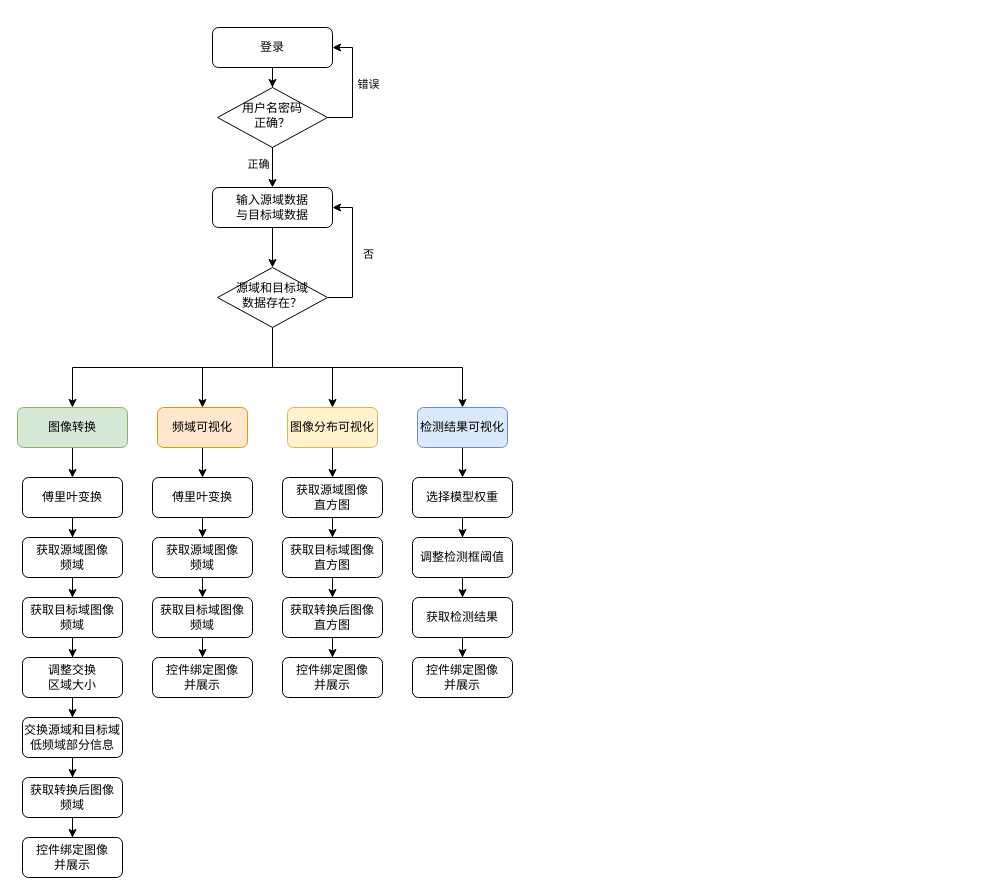
Before: SMT软著流程图.drawio in Pandaxia8/Test, a draw.io diagram. Source tidied: cells renumbered, new cells numbered last; positions are measured from the earlier drawing's top-left corner, leaving out a move shared by most shapes. Both pictures are drawn from the tidied source at 100%, with x=0, y=0 at pixel (17, 27).
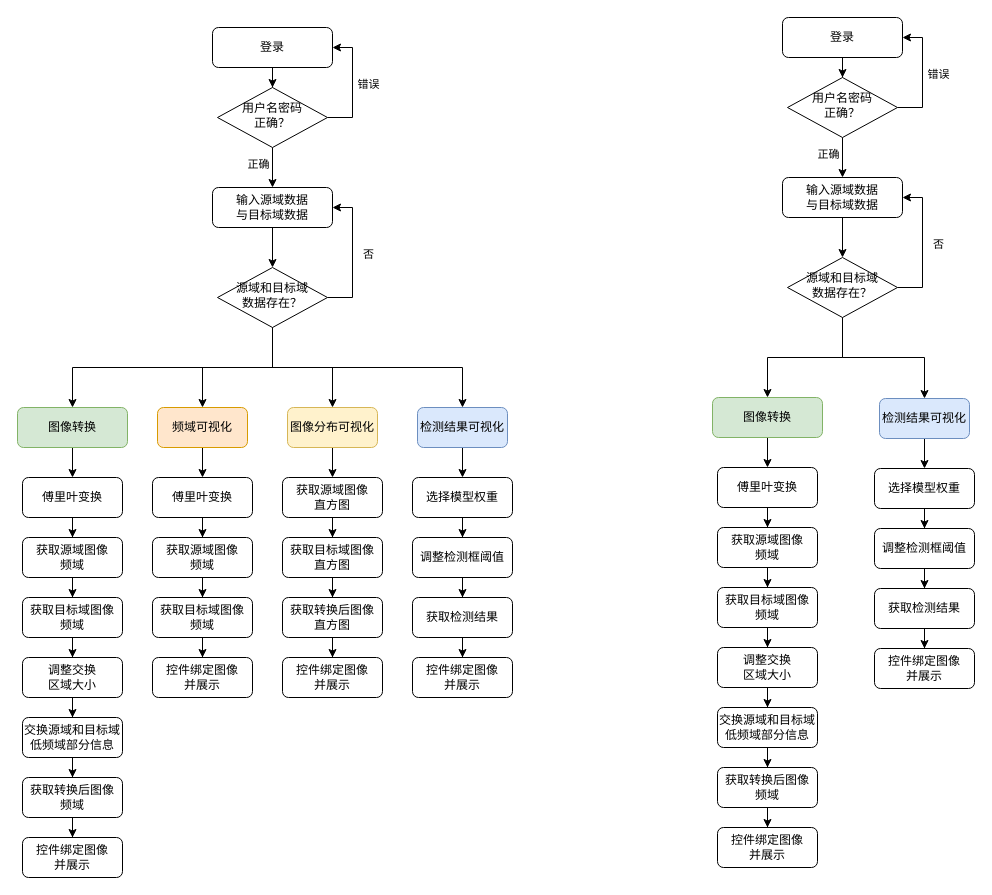
After the change.

Commit message:
更新SMT软著流程图.drawio

The edit, as a diff of the source:
```diff
@@
+    <mxCell id="60" style="edgeStyle=orthogonalEdgeStyle;rounded=0;jettySize=auto;html=1;entryX=0.5;entryY=0;entryDx=0;entryDy=0;" parent="1" edge="1" source="61" target="77">
+      <mxGeometry relative="1" as="geometry" />
+    </mxCell>
+    <mxCell id="61" value="输入源域数据&lt;br&gt;与目标域数据" style="rounded=1;whiteSpace=wrap;html=1;fontSize=12;glass=0;strokeWidth=1;shadow=0;" parent="1" vertex="1">
+      <mxGeometry x="765" y="150" width="120" height="40" as="geometry" />
+    </mxCell>
+    <mxCell id="62" style="edgeStyle=orthogonalEdgeStyle;rounded=0;jettySize=auto;html=1;" parent="1" edge="1" source="63" target="88">
+      <mxGeometry relative="1" as="geometry" />
+    </mxCell>
+    <mxCell id="63" value="图像转换" style="rounded=1;whiteSpace=wrap;html=1;fontSize=12;glass=0;strokeWidth=1;shadow=0;fillColor=#d5e8d4;strokeColor=#82b366;" parent="1" vertex="1">
+      <mxGeometry x="695" y="370" width="110" height="40" as="geometry" />
+    </mxCell>
+    <mxCell id="64" style="edgeStyle=orthogonalEdgeStyle;rounded=0;jettySize=auto;html=1;entryX=0.5;entryY=0;entryDx=0;entryDy=0;" parent="1" edge="1" source="65" target="90">
+      <mxGeometry relative="1" as="geometry" />
+    </mxCell>
+    <mxCell id="65" value="检测结果可视化" style="rounded=1;whiteSpace=wrap;html=1;fontSize=12;glass=0;strokeWidth=1;shadow=0;fillColor=#dae8fc;strokeColor=#6c8ebf;" parent="1" vertex="1">
+      <mxGeometry x="862" y="371" width="90" height="40" as="geometry" />
+    </mxCell>
+    <mxCell id="66" style="edgeStyle=orthogonalEdgeStyle;rounded=0;jettySize=auto;html=1;" parent="1" edge="1" source="67" target="72">
+      <mxGeometry relative="1" as="geometry" />
+    </mxCell>
+    <mxCell id="67" value="登录" style="rounded=1;whiteSpace=wrap;html=1;fontSize=12;glass=0;strokeWidth=1;shadow=0;" parent="1" vertex="1">
+      <mxGeometry x="765" y="-10" width="120" height="40" as="geometry" />
+    </mxCell>
+    <mxCell id="68" style="edgeStyle=orthogonalEdgeStyle;rounded=0;jettySize=auto;html=1;" parent="1" edge="1" source="72" target="61">
+      <mxGeometry relative="1" as="geometry" />
+    </mxCell>
+    <mxCell id="69" value="正确" style="edgeLabel;html=1;align=center;verticalAlign=middle;" parent="68" vertex="1">
+      <mxGeometry x="-0.21" y="-2" relative="1" as="geometry">
+        <mxPoint x="-13" as="offset" />
+      </mxGeometry>
+    </mxCell>
+    <mxCell id="70" style="edgeStyle=orthogonalEdgeStyle;rounded=0;jettySize=auto;html=1;entryX=1;entryY=0.5;entryDx=0;entryDy=0;" parent="1" edge="1" source="72" target="67">
+      <mxGeometry relative="1" as="geometry">
+        <Array as="points">
+          <mxPoint x="905" y="80" />
+          <mxPoint x="905" y="10" />
+        </Array>
+      </mxGeometry>
+    </mxCell>
+    <mxCell id="71" value="错误" style="edgeLabel;html=1;align=center;verticalAlign=middle;" parent="70" vertex="1">
+      <mxGeometry x="0.03" relative="1" as="geometry">
+        <mxPoint x="15" as="offset" />
+      </mxGeometry>
+    </mxCell>
+    <mxCell id="72" value="用户名密码&lt;br&gt;正确？" style="rhombus;whiteSpace=wrap;html=1;shadow=0;fontFamily=Helvetica;fontSize=12;align=center;strokeWidth=1;spacing=6;spacingTop=-4;" parent="1" vertex="1">
+      <mxGeometry x="770" y="50" width="110" height="60" as="geometry" />
+    </mxCell>
+    <mxCell id="73" style="edgeStyle=orthogonalEdgeStyle;rounded=0;jettySize=auto;html=1;entryX=1;entryY=0.5;entryDx=0;entryDy=0;" parent="1" edge="1" source="77" target="61">
+      <mxGeometry relative="1" as="geometry">
+        <Array as="points">
+          <mxPoint x="905" y="260" />
+          <mxPoint x="905" y="170" />
+        </Array>
+      </mxGeometry>
+    </mxCell>
+    <mxCell id="74" value="否" style="edgeLabel;html=1;align=center;verticalAlign=middle;" parent="73" vertex="1">
+      <mxGeometry x="0.02" y="1" relative="1" as="geometry">
+        <mxPoint x="16" as="offset" />
+      </mxGeometry>
+    </mxCell>
+    <mxCell id="75" style="edgeStyle=orthogonalEdgeStyle;rounded=0;jettySize=auto;html=1;entryX=0.5;entryY=0;entryDx=0;entryDy=0;" parent="1" edge="1" source="77" target="63">
+      <mxGeometry relative="1" as="geometry">
+        <Array as="points">
+          <mxPoint x="825" y="330" />
+          <mxPoint x="750" y="330" />
+          <mxPoint x="750" y="370" />
+        </Array>
+      </mxGeometry>
+    </mxCell>
+    <mxCell id="76" style="edgeStyle=orthogonalEdgeStyle;rounded=0;jettySize=auto;html=1;entryX=0.5;entryY=0;entryDx=0;entryDy=0;" parent="1" edge="1" source="77" target="65">
+      <mxGeometry relative="1" as="geometry">
+        <Array as="points">
+          <mxPoint x="825" y="330" />
+          <mxPoint x="907" y="330" />
+        </Array>
+      </mxGeometry>
+    </mxCell>
+    <mxCell id="77" value="源域和目标域&lt;br&gt;数据存在？" style="rhombus;whiteSpace=wrap;html=1;shadow=0;fontFamily=Helvetica;fontSize=12;align=center;strokeWidth=1;spacing=6;spacingTop=-4;" parent="1" vertex="1">
+      <mxGeometry x="770" y="230" width="110" height="60" as="geometry" />
+    </mxCell>
+    <mxCell id="78" style="edgeStyle=orthogonalEdgeStyle;rounded=0;jettySize=auto;html=1;" parent="1" edge="1" source="79" target="80">
+      <mxGeometry relative="1" as="geometry" />
+    </mxCell>
+    <mxCell id="79" value="获取转换后图像&lt;br&gt;频域" style="rounded=1;whiteSpace=wrap;html=1;" parent="1" vertex="1">
+      <mxGeometry x="700" y="740" width="100" height="40" as="geometry" />
+    </mxCell>
+    <mxCell id="80" value="控件绑定图像&lt;br&gt;并展示" style="rounded=1;whiteSpace=wrap;html=1;" parent="1" vertex="1">
+      <mxGeometry x="700" y="800" width="100" height="40" as="geometry" />
+    </mxCell>
+    <mxCell id="81" style="edgeStyle=orthogonalEdgeStyle;rounded=0;jettySize=auto;html=1;" parent="1" edge="1" source="82" target="84">
+      <mxGeometry relative="1" as="geometry" />
+    </mxCell>
+    <mxCell id="82" value="获取源域图像&lt;br&gt;频域" style="rounded=1;whiteSpace=wrap;html=1;" parent="1" vertex="1">
+      <mxGeometry x="700" y="500" width="100" height="40" as="geometry" />
+    </mxCell>
+    <mxCell id="83" style="edgeStyle=orthogonalEdgeStyle;rounded=0;jettySize=auto;html=1;entryX=0.5;entryY=0;entryDx=0;entryDy=0;" parent="1" edge="1" source="84" target="92">
+      <mxGeometry relative="1" as="geometry" />
+    </mxCell>
+    <mxCell id="84" value="获取目标域图像&lt;br&gt;频域" style="rounded=1;whiteSpace=wrap;html=1;" parent="1" vertex="1">
+      <mxGeometry x="700" y="560" width="100" height="40" as="geometry" />
+    </mxCell>
+    <mxCell id="85" style="edgeStyle=orthogonalEdgeStyle;rounded=0;jettySize=auto;html=1;" parent="1" edge="1" source="86" target="79">
+      <mxGeometry relative="1" as="geometry" />
+    </mxCell>
+    <mxCell id="86" value="交换源域和目标域低频域部分信息" style="rounded=1;whiteSpace=wrap;html=1;" parent="1" vertex="1">
+      <mxGeometry x="700" y="680" width="100" height="40" as="geometry" />
+    </mxCell>
+    <mxCell id="87" style="edgeStyle=orthogonalEdgeStyle;rounded=0;jettySize=auto;html=1;" parent="1" edge="1" source="88" target="82">
+      <mxGeometry relative="1" as="geometry" />
+    </mxCell>
+    <mxCell id="88" value="傅里叶变换" style="rounded=1;whiteSpace=wrap;html=1;" parent="1" vertex="1">
+      <mxGeometry x="700" y="440" width="100" height="40" as="geometry" />
+    </mxCell>
+    <mxCell id="89" style="edgeStyle=orthogonalEdgeStyle;rounded=0;jettySize=auto;html=1;entryX=0.5;entryY=0;entryDx=0;entryDy=0;" parent="1" edge="1" source="90" target="94">
+      <mxGeometry relative="1" as="geometry" />
+    </mxCell>
+    <mxCell id="90" value="选择模型权重" style="rounded=1;whiteSpace=wrap;html=1;" parent="1" vertex="1">
+      <mxGeometry x="857" y="441" width="100" height="40" as="geometry" />
+    </mxCell>
+    <mxCell id="91" style="edgeStyle=orthogonalEdgeStyle;rounded=0;jettySize=auto;html=1;entryX=0.5;entryY=0;entryDx=0;entryDy=0;" parent="1" edge="1" source="92" target="86">
+      <mxGeometry relative="1" as="geometry" />
+    </mxCell>
+    <mxCell id="92" value="调整交换&lt;br&gt;区域大小" style="rounded=1;whiteSpace=wrap;html=1;" parent="1" vertex="1">
+      <mxGeometry x="700" y="620" width="100" height="40" as="geometry" />
+    </mxCell>
+    <mxCell id="93" style="edgeStyle=orthogonalEdgeStyle;rounded=0;jettySize=auto;html=1;entryX=0.5;entryY=0;entryDx=0;entryDy=0;" parent="1" edge="1" source="94" target="96">
+      <mxGeometry relative="1" as="geometry" />
+    </mxCell>
+    <mxCell id="94" value="调整检测框阈值" style="rounded=1;whiteSpace=wrap;html=1;" parent="1" vertex="1">
+      <mxGeometry x="857" y="501" width="100" height="40" as="geometry" />
+    </mxCell>
+    <mxCell id="95" style="edgeStyle=orthogonalEdgeStyle;rounded=0;jettySize=auto;html=1;entryX=0.5;entryY=0;entryDx=0;entryDy=0;" parent="1" edge="1" source="96" target="97">
+      <mxGeometry relative="1" as="geometry" />
+    </mxCell>
+    <mxCell id="96" value="获取检测结果" style="rounded=1;whiteSpace=wrap;html=1;" parent="1" vertex="1">
+      <mxGeometry x="857" y="561" width="100" height="40" as="geometry" />
+    </mxCell>
+    <mxCell id="97" value="控件绑定图像&lt;br&gt;并展示" style="rounded=1;whiteSpace=wrap;html=1;" parent="1" vertex="1">
+      <mxGeometry x="857" y="621" width="100" height="40" as="geometry" />
+    </mxCell>
```
